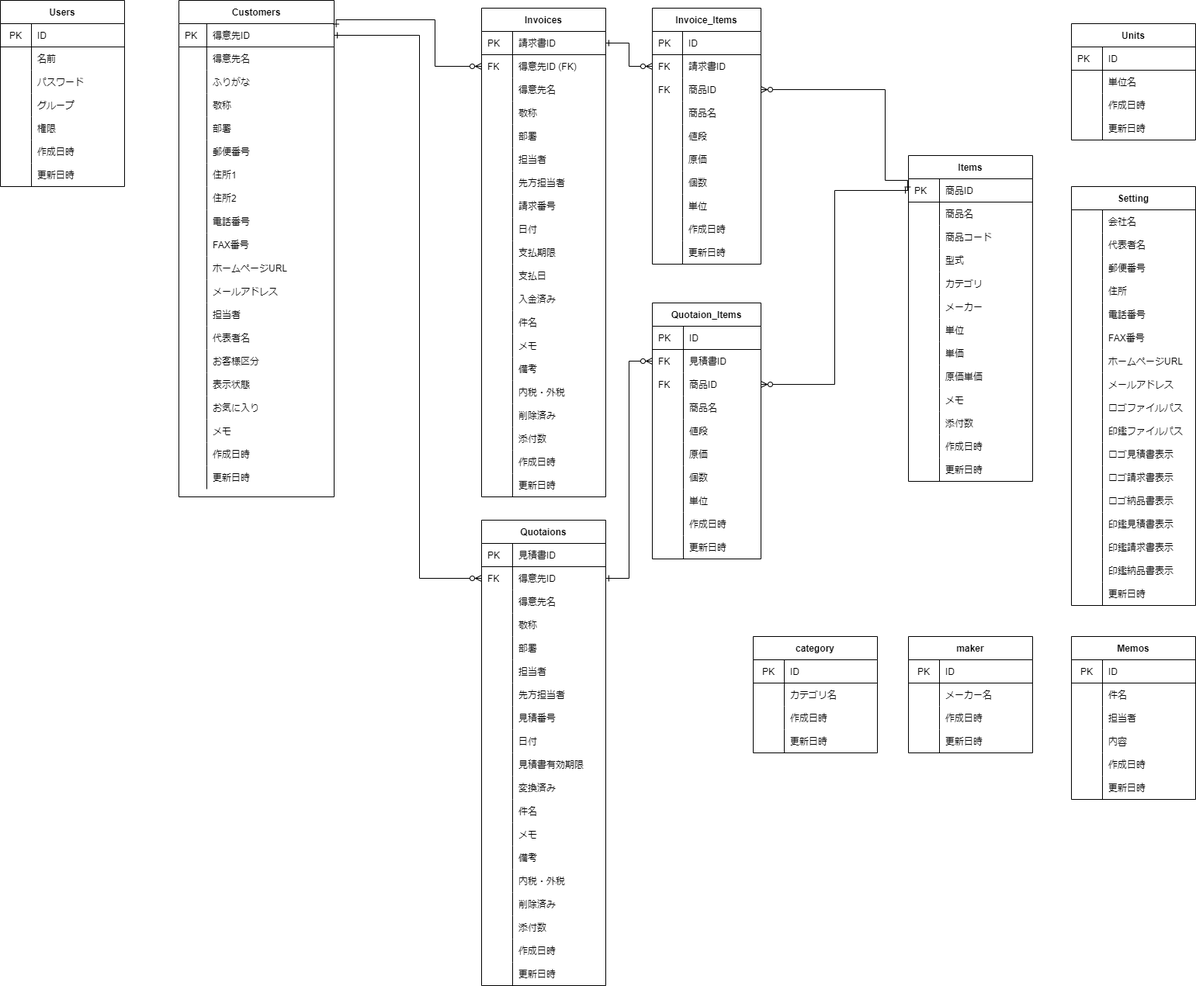
Above: soho_er.png in gamasenninn/caddie-clone (draw.io), before the change. Source tidied: cells renumbered, new cells last; positions are measured from the earlier drawing's top-left corner, leaving out a move shared by most shapes.
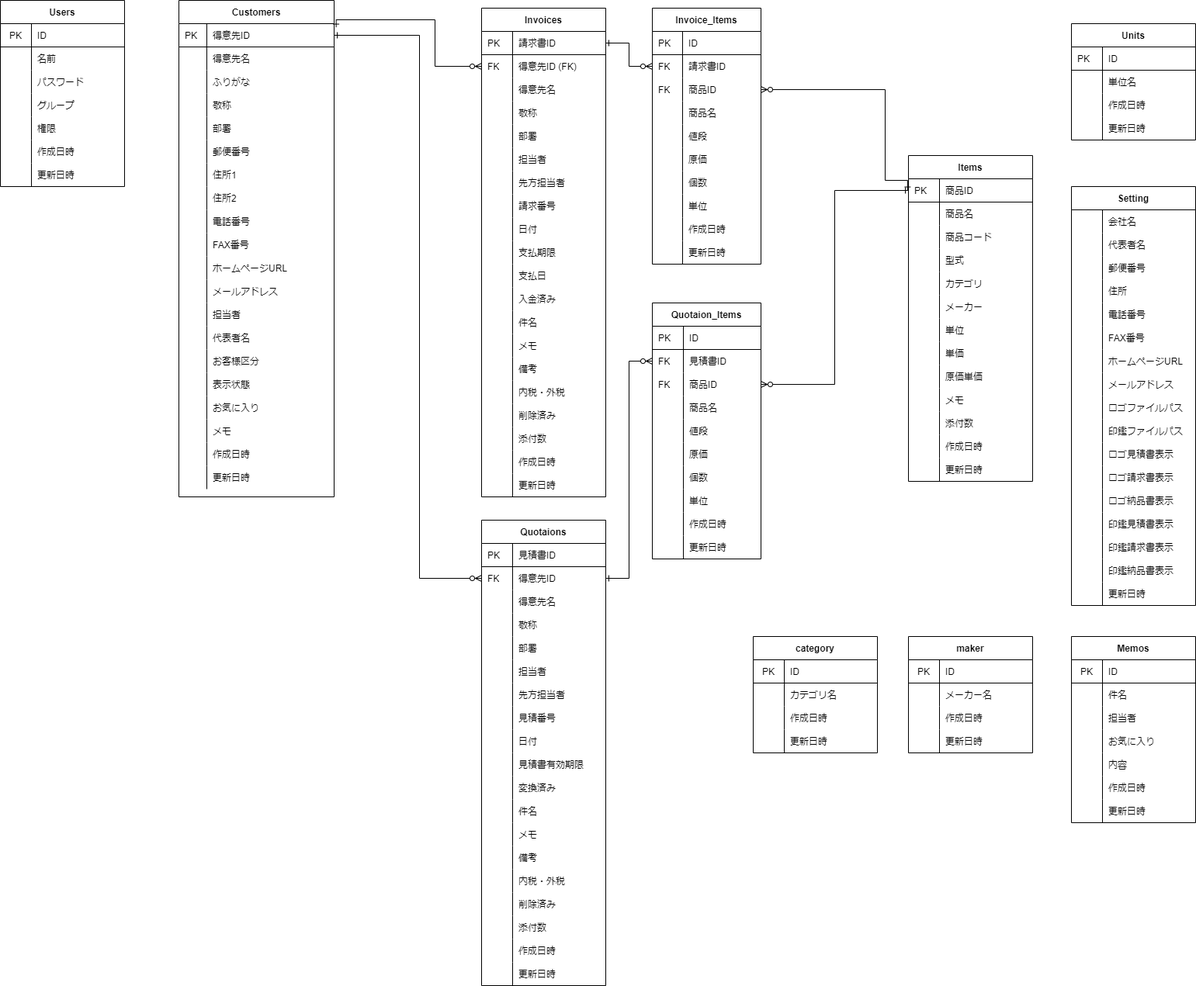
Later version of the same file.

Change to the diagram source:
```diff
@@ -1077,7 +1077,7 @@
       <mxGeometry relative="1" as="geometry" />
     </mxCell>
     <mxCell id="355" value="Memos" style="shape=table;startSize=30;rowLines=0;fontStyle=1;align=center;" parent="1" vertex="1">
-      <mxGeometry x="1380" y="820" width="160" height="210" as="geometry" />
+      <mxGeometry x="1380" y="820" width="160" height="240" as="geometry" />
     </mxCell>
     <mxCell id="356" style="shape=partialRectangle;html=1;whiteSpace=wrap;fillColor=none;top=0;left=0;bottom=1;right=0;" parent="355" vertex="1">
       <mxGeometry y="30" width="160" height="30" as="geometry" />
@@ -1106,8 +1106,17 @@
     <mxCell id="364" value="担当者" style="shape=partialRectangle;html=1;whiteSpace=wrap;fillColor=none;top=0;left=0;bottom=0;right=0;align=left;spacingLeft=6;overflow=hidden;" parent="362" vertex="1">
       <mxGeometry x="40" width="120" height="30" as="geometry" />
     </mxCell>
+    <mxCell id="422" style="shape=partialRectangle;html=1;whiteSpace=wrap;fillColor=none;top=0;left=0;bottom=0;right=0;" parent="355" vertex="1">
+      <mxGeometry y="120" width="160" height="30" as="geometry" />
+    </mxCell>
+    <mxCell id="423" style="shape=partialRectangle;html=1;whiteSpace=wrap;fillColor=none;top=0;left=0;bottom=0;right=0;overflow=hidden;" parent="422" vertex="1">
+      <mxGeometry width="40" height="30" as="geometry" />
+    </mxCell>
+    <mxCell id="424" value="お気に入り" style="shape=partialRectangle;html=1;whiteSpace=wrap;fillColor=none;top=0;left=0;bottom=0;right=0;align=left;spacingLeft=6;overflow=hidden;" parent="422" vertex="1">
+      <mxGeometry x="40" width="120" height="30" as="geometry" />
+    </mxCell>
     <mxCell id="365" style="shape=partialRectangle;html=1;whiteSpace=wrap;fillColor=none;top=0;left=0;bottom=0;right=0;" parent="355" vertex="1">
-      <mxGeometry y="120" width="160" height="30" as="geometry" />
+      <mxGeometry y="150" width="160" height="30" as="geometry" />
     </mxCell>
     <mxCell id="366" style="shape=partialRectangle;html=1;whiteSpace=wrap;fillColor=none;top=0;left=0;bottom=0;right=0;overflow=hidden;" parent="365" vertex="1">
       <mxGeometry width="40" height="30" as="geometry" />
@@ -1116,7 +1125,7 @@
       <mxGeometry x="40" width="120" height="30" as="geometry" />
     </mxCell>
     <mxCell id="368" style="shape=partialRectangle;html=1;whiteSpace=wrap;fillColor=none;top=0;left=0;bottom=0;right=0;" parent="355" vertex="1">
-      <mxGeometry y="150" width="160" height="30" as="geometry" />
+      <mxGeometry y="180" width="160" height="30" as="geometry" />
     </mxCell>
     <mxCell id="369" style="shape=partialRectangle;html=1;whiteSpace=wrap;fillColor=none;top=0;left=0;bottom=0;right=0;overflow=hidden;" parent="368" vertex="1">
       <mxGeometry width="40" height="30" as="geometry" />
@@ -1125,7 +1134,7 @@
       <mxGeometry x="40" width="120" height="30" as="geometry" />
     </mxCell>
     <mxCell id="371" style="shape=partialRectangle;html=1;whiteSpace=wrap;fillColor=none;top=0;left=0;bottom=0;right=0;" parent="355" vertex="1">
-      <mxGeometry y="180" width="160" height="30" as="geometry" />
+      <mxGeometry y="210" width="160" height="30" as="geometry" />
     </mxCell>
     <mxCell id="372" style="shape=partialRectangle;html=1;whiteSpace=wrap;fillColor=none;top=0;left=0;bottom=0;right=0;overflow=hidden;" parent="371" vertex="1">
       <mxGeometry width="40" height="30" as="geometry" />
```
